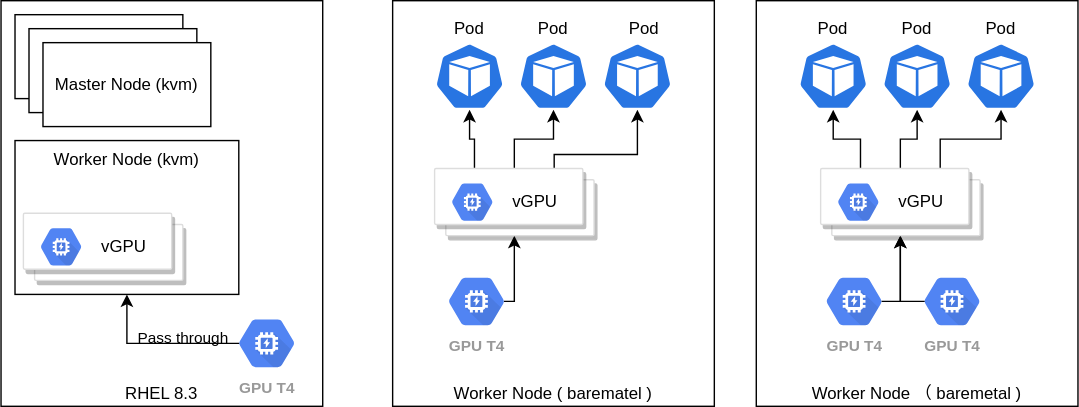
The draw.io diagram redhat/notes/2021/mec.gd.poc/deploy.drawio.svg in wangzheng422/docker_env, before a commit. Source tidied: cells renumbered, new cells last; positions are measured from the earlier drawing's top-left corner, leaving out a move shared by most shapes.
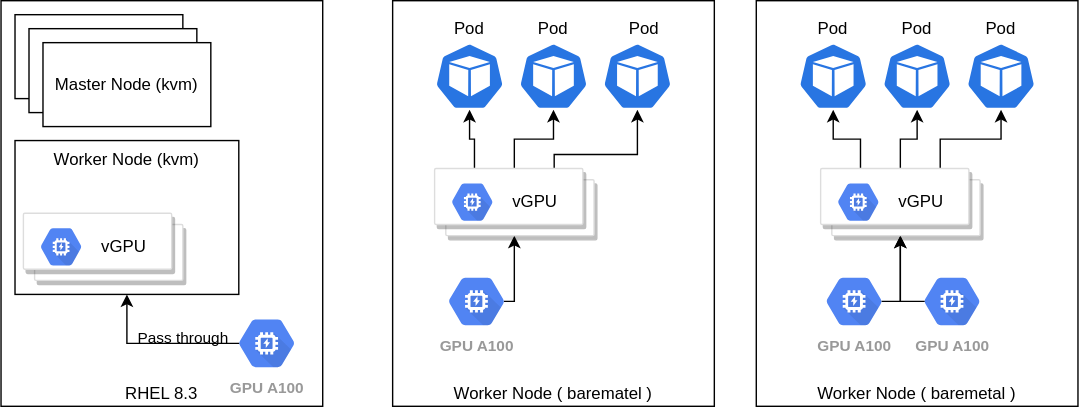
Later version of the same file.

What changed in the source:
```diff
@@ -5,7 +5,7 @@
     <mxCell id="2" value="RHEL 8.3" style="rounded=0;whiteSpace=wrap;html=1;verticalAlign=bottom;" parent="1" vertex="1">
       <mxGeometry width="230" height="290" as="geometry" />
     </mxCell>
-    <mxCell id="3" value="Worker Node （ baremetal )" style="rounded=0;whiteSpace=wrap;html=1;verticalAlign=bottom;" parent="1" vertex="1">
+    <mxCell id="3" value="Worker Node ( baremetal )" style="rounded=0;whiteSpace=wrap;html=1;verticalAlign=bottom;" parent="1" vertex="1">
       <mxGeometry x="540" width="230" height="290" as="geometry" />
     </mxCell>
     <mxCell id="4" value="Worker Node ( barematel )" style="rounded=0;whiteSpace=wrap;html=1;verticalAlign=bottom;" parent="1" vertex="1">
@@ -27,7 +27,7 @@
         <mxPoint x="17.8" y="-5" as="offset" />
       </mxGeometry>
     </mxCell>
-    <mxCell id="9" value="GPU T4" style="html=1;fillColor=#5184F3;strokeColor=none;verticalAlign=top;labelPosition=center;verticalLabelPosition=bottom;align=center;spacingTop=-6;fontSize=11;fontStyle=1;fontColor=#999999;shape=mxgraph.gcp2.hexIcon;prIcon=gpu;" parent="5" vertex="1">
+    <mxCell id="9" value="GPU A100" style="html=1;fillColor=#5184F3;strokeColor=none;verticalAlign=top;labelPosition=center;verticalLabelPosition=bottom;align=center;spacingTop=-6;fontSize=11;fontStyle=1;fontColor=#999999;shape=mxgraph.gcp2.hexIcon;prIcon=gpu;" parent="5" vertex="1">
       <mxGeometry x="160" y="220" width="60" height="50" as="geometry" />
     </mxCell>
     <mxCell id="10" value="Master Node" style="rounded=0;whiteSpace=wrap;html=1;" parent="5" vertex="1">
@@ -54,7 +54,7 @@
         </Array>
       </mxGeometry>
     </mxCell>
-    <mxCell id="16" value="GPU T4" style="html=1;fillColor=#5184F3;strokeColor=none;verticalAlign=top;labelPosition=center;verticalLabelPosition=bottom;align=center;spacingTop=-6;fontSize=11;fontStyle=1;fontColor=#999999;shape=mxgraph.gcp2.hexIcon;prIcon=gpu;" parent="5" vertex="1">
+    <mxCell id="16" value="GPU A100" style="html=1;fillColor=#5184F3;strokeColor=none;verticalAlign=top;labelPosition=center;verticalLabelPosition=bottom;align=center;spacingTop=-6;fontSize=11;fontStyle=1;fontColor=#999999;shape=mxgraph.gcp2.hexIcon;prIcon=gpu;" parent="5" vertex="1">
       <mxGeometry x="310" y="190" width="60" height="50" as="geometry" />
     </mxCell>
     <mxCell id="17" style="edgeStyle=orthogonalEdgeStyle;rounded=0;jettySize=auto;html=1;exitX=0.825;exitY=0.5;exitDx=0;exitDy=0;exitPerimeter=0;entryX=0.5;entryY=1;entryDx=0;entryDy=0;" parent="5" edge="1" source="18" target="29">
@@ -64,7 +64,7 @@
         </Array>
       </mxGeometry>
     </mxCell>
-    <mxCell id="18" value="GPU T4" style="html=1;fillColor=#5184F3;strokeColor=none;verticalAlign=top;labelPosition=center;verticalLabelPosition=bottom;align=center;spacingTop=-6;fontSize=11;fontStyle=1;fontColor=#999999;shape=mxgraph.gcp2.hexIcon;prIcon=gpu;" parent="5" vertex="1">
+    <mxCell id="18" value="GPU A100" style="html=1;fillColor=#5184F3;strokeColor=none;verticalAlign=top;labelPosition=center;verticalLabelPosition=bottom;align=center;spacingTop=-6;fontSize=11;fontStyle=1;fontColor=#999999;shape=mxgraph.gcp2.hexIcon;prIcon=gpu;" parent="5" vertex="1">
       <mxGeometry x="580" y="190" width="60" height="50" as="geometry" />
     </mxCell>
     <mxCell id="19" style="edgeStyle=orthogonalEdgeStyle;rounded=0;jettySize=auto;html=1;exitX=0.175;exitY=0.5;exitDx=0;exitDy=0;exitPerimeter=0;entryX=0.5;entryY=1;entryDx=0;entryDy=0;" parent="5" edge="1" source="20" target="29">
@@ -74,7 +74,7 @@
         </Array>
       </mxGeometry>
     </mxCell>
-    <mxCell id="20" value="GPU T4" style="html=1;fillColor=#5184F3;strokeColor=none;verticalAlign=top;labelPosition=center;verticalLabelPosition=bottom;align=center;spacingTop=-6;fontSize=11;fontStyle=1;fontColor=#999999;shape=mxgraph.gcp2.hexIcon;prIcon=gpu;" parent="5" vertex="1">
+    <mxCell id="20" value="GPU A100" style="html=1;fillColor=#5184F3;strokeColor=none;verticalAlign=top;labelPosition=center;verticalLabelPosition=bottom;align=center;spacingTop=-6;fontSize=11;fontStyle=1;fontColor=#999999;shape=mxgraph.gcp2.hexIcon;prIcon=gpu;" parent="5" vertex="1">
       <mxGeometry x="650" y="190" width="60" height="50" as="geometry" />
     </mxCell>
     <mxCell id="21" style="edgeStyle=orthogonalEdgeStyle;rounded=0;jettySize=auto;html=1;exitX=0.25;exitY=0;exitDx=0;exitDy=0;entryX=0.5;entryY=1;entryDx=0;entryDy=0;entryPerimeter=0;" parent="5" edge="1" source="24" target="31">
```
